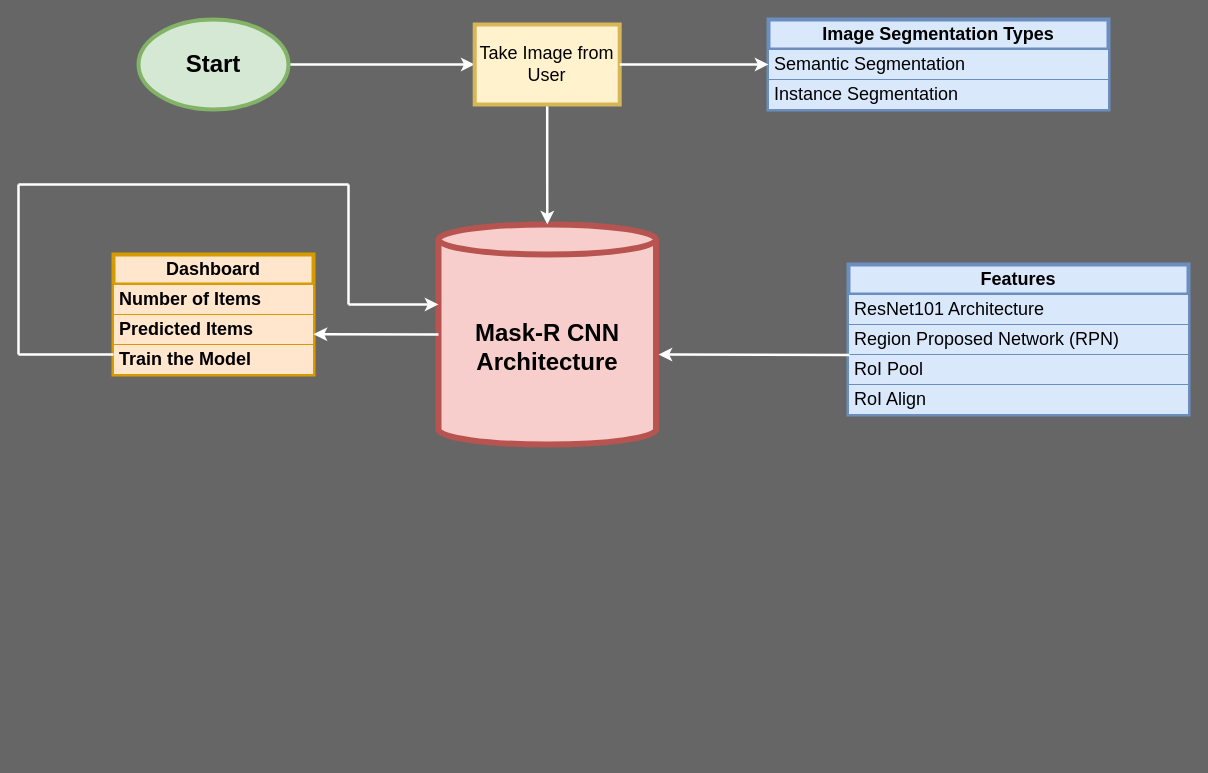
The draw.io diagram FYP-workflow.drawio in sanils2002/Final-Year-Project, before the edit. Source tidied: cells renumbered, new cells numbered last; positions are measured from the earlier drawing's top-left corner, leaving out a move shared by most shapes. Both pictures are drawn from the tidied source at 100%, with x=0, y=0 at pixel (18, 19).
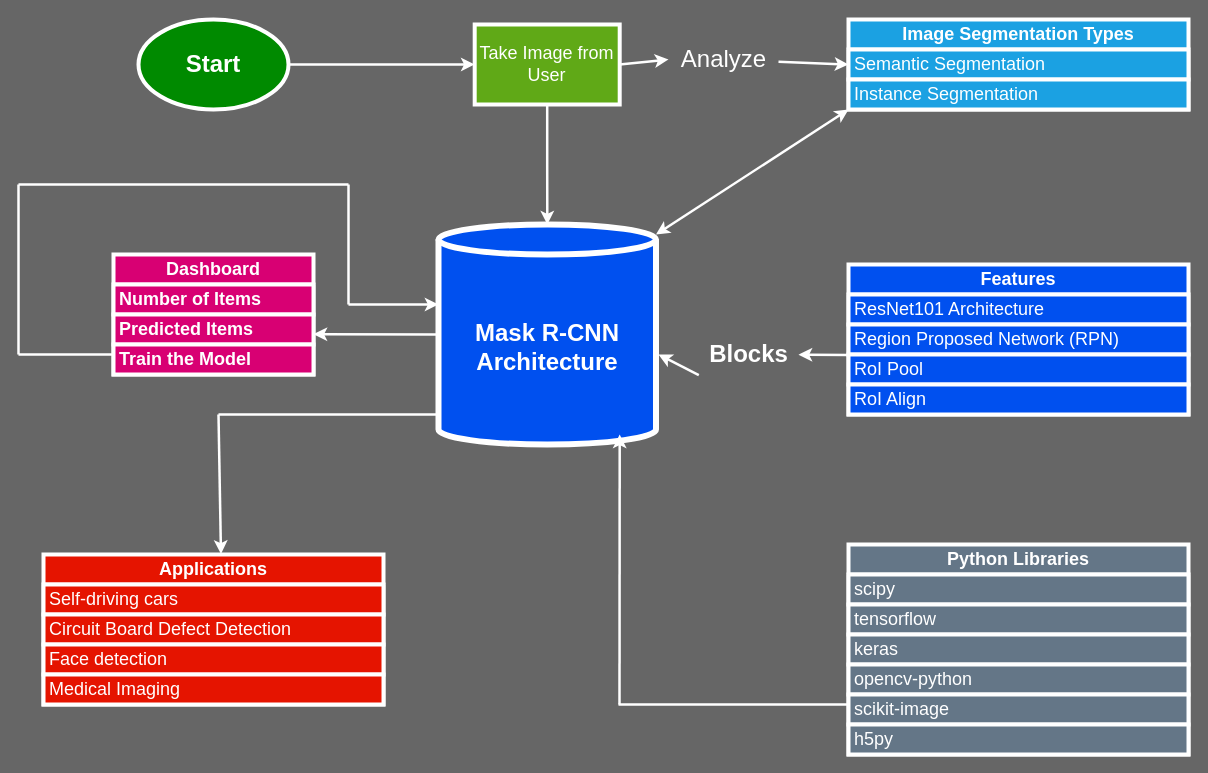
The same page after the edit.

Change to the diagram source:
```diff
@@
-    <mxCell id="3" value="&lt;font size=&quot;1&quot; style=&quot;&quot;&gt;&lt;b style=&quot;font-size: 24px;&quot;&gt;Start&lt;/b&gt;&lt;/font&gt;" style="ellipse;whiteSpace=wrap;html=1;fillColor=#d5e8d4;strokeColor=#82b366;strokeWidth=4;" parent="1" vertex="1">
+    <mxCell id="3" value="&lt;font color=&quot;#ffffff&quot; size=&quot;1&quot; style=&quot;&quot;&gt;&lt;b style=&quot;font-size: 24px;&quot;&gt;Start&lt;/b&gt;&lt;/font&gt;" style="ellipse;whiteSpace=wrap;html=1;fillColor=#008a00;strokeColor=#FFFFFF;strokeWidth=4;fontColor=#ffffff;" parent="1" vertex="1">
       <mxGeometry x="120" width="150" height="90" as="geometry" />
     </mxCell>
-    <mxCell id="4" value="&lt;font style=&quot;font-size: 24px;&quot;&gt;&lt;b&gt;Mask-R CNN Architecture&lt;/b&gt;&lt;/font&gt;" style="shape=cylinder3;whiteSpace=wrap;html=1;boundedLbl=1;backgroundOutline=1;size=15;fillColor=#f8cecc;strokeColor=#b85450;strokeWidth=6;" parent="1" vertex="1">
+    <mxCell id="4" value="&lt;font style=&quot;font-size: 24px;&quot;&gt;&lt;b&gt;Mask R-CNN Architecture&lt;/b&gt;&lt;/font&gt;" style="shape=cylinder3;whiteSpace=wrap;html=1;boundedLbl=1;backgroundOutline=1;size=15;fillColor=#0050ef;strokeColor=#FFFFFF;strokeWidth=6;fontColor=#ffffff;" parent="1" vertex="1">
       <mxGeometry x="420" y="205" width="217.5" height="220" as="geometry" />
     </mxCell>
@@
-    <mxCell id="6" value="&lt;font style=&quot;font-size: 18px;&quot;&gt;Take Image from User&lt;/font&gt;" style="rounded=0;whiteSpace=wrap;html=1;fillColor=#fff2cc;strokeColor=#d6b656;strokeWidth=4;" parent="1" vertex="1">
+    <mxCell id="6" value="&lt;font style=&quot;font-size: 18px;&quot;&gt;Take Image from User&lt;/font&gt;" style="rounded=0;whiteSpace=wrap;html=1;fillColor=#60a917;strokeColor=#FFFFFF;strokeWidth=4;fontColor=#ffffff;" parent="1" vertex="1">
       <mxGeometry x="456.2" y="5" width="145" height="80" as="geometry" />
     </mxCell>
-    <mxCell id="7" value="&lt;font style=&quot;font-size: 18px;&quot;&gt;&lt;b&gt;Dashboard&lt;/b&gt;&lt;/font&gt;" style="swimlane;fontStyle=0;horizontal=1;startSize=30;whiteSpace=wrap;html=1;fillColor=#ffe6cc;strokeColor=#d79b00;strokeWidth=4;" parent="1" vertex="1">
+    <mxCell id="7" value="&lt;font style=&quot;font-size: 18px;&quot;&gt;&lt;b&gt;Dashboard&lt;/b&gt;&lt;/font&gt;" style="swimlane;fontStyle=0;horizontal=1;startSize=30;whiteSpace=wrap;html=1;fillColor=#d80073;strokeColor=#FFFFFF;strokeWidth=4;fontColor=#ffffff;" parent="1" vertex="1">
       <mxGeometry x="95" y="235" width="200" height="120" as="geometry" />
     </mxCell>
-    <mxCell id="8" value="&lt;font style=&quot;font-size: 18px;&quot;&gt;&lt;b&gt;Number of Items&lt;/b&gt;&lt;/font&gt;" style="text;strokeColor=#d79b00;fillColor=#ffe6cc;align=left;verticalAlign=middle;spacingLeft=4;spacingRight=4;overflow=hidden;whiteSpace=wrap;html=1;" parent="7" vertex="1">
+    <mxCell id="8" value="&lt;font style=&quot;font-size: 18px;&quot;&gt;&lt;b&gt;Number of Items&lt;/b&gt;&lt;/font&gt;" style="text;strokeColor=#FFFFFF;fillColor=#d80073;align=left;verticalAlign=middle;spacingLeft=4;spacingRight=4;overflow=hidden;whiteSpace=wrap;html=1;strokeWidth=4;fontColor=#ffffff;" parent="7" vertex="1">
       <mxGeometry y="30" width="200" height="30" as="geometry" />
     </mxCell>
-    <mxCell id="9" value="&lt;font style=&quot;font-size: 18px;&quot;&gt;&lt;b&gt;Predicted Items&lt;/b&gt;&lt;/font&gt;" style="text;strokeColor=#d79b00;fillColor=#ffe6cc;align=left;verticalAlign=middle;spacingLeft=4;spacingRight=4;overflow=hidden;whiteSpace=wrap;html=1;" parent="7" vertex="1">
+    <mxCell id="9" value="&lt;font style=&quot;font-size: 18px;&quot;&gt;&lt;b&gt;Predicted Items&lt;/b&gt;&lt;/font&gt;" style="text;strokeColor=#FFFFFF;fillColor=#d80073;align=left;verticalAlign=middle;spacingLeft=4;spacingRight=4;overflow=hidden;whiteSpace=wrap;html=1;fontColor=#ffffff;strokeWidth=4;" parent="7" vertex="1">
       <mxGeometry y="60" width="200" height="30" as="geometry" />
     </mxCell>
-    <mxCell id="10" value="&lt;font style=&quot;font-size: 18px;&quot;&gt;&lt;b&gt;Train the Model&lt;/b&gt;&lt;/font&gt;" style="text;strokeColor=#d79b00;fillColor=#ffe6cc;align=left;verticalAlign=middle;spacingLeft=4;spacingRight=4;overflow=hidden;whiteSpace=wrap;html=1;" parent="7" vertex="1">
+    <mxCell id="10" value="&lt;font style=&quot;font-size: 18px;&quot;&gt;&lt;b&gt;Train the Model&lt;/b&gt;&lt;/font&gt;" style="text;strokeColor=#FFFFFF;fillColor=#d80073;align=left;verticalAlign=middle;spacingLeft=4;spacingRight=4;overflow=hidden;whiteSpace=wrap;html=1;fontColor=#ffffff;strokeWidth=4;" parent="7" vertex="1">
       <mxGeometry y="90" width="200" height="30" as="geometry" />
     </mxCell>
@@
-    <mxCell id="15" value="&lt;font style=&quot;font-size: 18px;&quot;&gt;&lt;b&gt;Features&lt;/b&gt;&lt;/font&gt;" style="swimlane;fontStyle=0;horizontal=1;startSize=30;whiteSpace=wrap;html=1;fillColor=#dae8fc;strokeColor=#6c8ebf;strokeWidth=4;" parent="1" vertex="1">
+    <mxCell id="15" value="&lt;font style=&quot;font-size: 18px;&quot;&gt;&lt;b&gt;Features&lt;/b&gt;&lt;/font&gt;" style="swimlane;fontStyle=0;horizontal=1;startSize=30;whiteSpace=wrap;html=1;fillColor=#0050ef;strokeColor=#FFFFFF;strokeWidth=4;fontColor=#ffffff;" parent="1" vertex="1">
       <mxGeometry x="830" y="245" width="340" height="150" as="geometry" />
     </mxCell>
-    <mxCell id="16" value="&lt;font style=&quot;font-size: 18px;&quot;&gt;ResNet101 Architecture&lt;/font&gt;" style="text;strokeColor=#6c8ebf;fillColor=#dae8fc;align=left;verticalAlign=middle;spacingLeft=4;spacingRight=4;overflow=hidden;whiteSpace=wrap;html=1;" parent="15" vertex="1">
+    <mxCell id="16" value="&lt;font style=&quot;font-size: 18px;&quot;&gt;ResNet101 Architecture&lt;/font&gt;" style="text;strokeColor=#FFFFFF;fillColor=#0050ef;align=left;verticalAlign=middle;spacingLeft=4;spacingRight=4;overflow=hidden;whiteSpace=wrap;html=1;fontColor=#ffffff;strokeWidth=4;" parent="15" vertex="1">
       <mxGeometry y="30" width="340" height="30" as="geometry" />
     </mxCell>
-    <mxCell id="17" value="&lt;font style=&quot;font-size: 18px;&quot;&gt;Region Proposed Network (RPN)&lt;/font&gt;" style="text;strokeColor=#6c8ebf;fillColor=#dae8fc;align=left;verticalAlign=middle;spacingLeft=4;spacingRight=4;overflow=hidden;points=[[0,0.5],[1,0.5]];portConstraint=eastwest;whiteSpace=wrap;html=1;" parent="15" vertex="1">
+    <mxCell id="17" value="&lt;font style=&quot;font-size: 18px;&quot;&gt;Region Proposed Network (RPN)&lt;/font&gt;" style="text;strokeColor=#FFFFFF;fillColor=#0050ef;align=left;verticalAlign=middle;spacingLeft=4;spacingRight=4;overflow=hidden;points=[[0,0.5],[1,0.5]];portConstraint=eastwest;whiteSpace=wrap;html=1;fontColor=#ffffff;strokeWidth=4;" parent="15" vertex="1">
       <mxGeometry y="60" width="340" height="30" as="geometry" />
     </mxCell>
-    <mxCell id="18" value="&lt;font style=&quot;font-size: 18px;&quot;&gt;RoI Pool&lt;/font&gt;" style="text;strokeColor=#6c8ebf;fillColor=#dae8fc;align=left;verticalAlign=middle;spacingLeft=4;spacingRight=4;overflow=hidden;whiteSpace=wrap;html=1;" parent="15" vertex="1">
+    <mxCell id="18" value="&lt;font style=&quot;font-size: 18px;&quot;&gt;RoI Pool&lt;/font&gt;" style="text;strokeColor=#FFFFFF;fillColor=#0050ef;align=left;verticalAlign=middle;spacingLeft=4;spacingRight=4;overflow=hidden;whiteSpace=wrap;html=1;fontColor=#ffffff;strokeWidth=4;" parent="15" vertex="1">
       <mxGeometry y="90" width="340" height="30" as="geometry" />
     </mxCell>
-    <mxCell id="19" value="&lt;font style=&quot;font-size: 18px;&quot;&gt;RoI Align&lt;/font&gt;" style="text;strokeColor=#6c8ebf;fillColor=#dae8fc;align=left;verticalAlign=middle;spacingLeft=4;spacingRight=4;overflow=hidden;whiteSpace=wrap;html=1;" parent="15" vertex="1">
+    <mxCell id="19" value="&lt;font style=&quot;font-size: 18px;&quot;&gt;RoI Align&lt;/font&gt;" style="text;strokeColor=#FFFFFF;fillColor=#0050ef;align=left;verticalAlign=middle;spacingLeft=4;spacingRight=4;overflow=hidden;whiteSpace=wrap;html=1;fontColor=#ffffff;strokeWidth=4;" parent="15" vertex="1">
       <mxGeometry y="120" width="340" height="30" as="geometry" />
     </mxCell>
-    <mxCell id="20" style="endArrow=classic;html=1;rounded=0;exitX=0.003;exitY=1.013;exitDx=0;exitDy=0;exitPerimeter=0;strokeWidth=2.5;strokeColor=#FFFFFF;" parent="1" edge="1" source="17">
+    <mxCell id="20" style="endArrow=classic;html=1;rounded=0;exitX=0.003;exitY=1.013;exitDx=0;exitDy=0;exitPerimeter=0;strokeWidth=2.5;strokeColor=#FFFFFF;" parent="1" edge="1" source="40">
       <mxGeometry relative="1" as="geometry">
         <mxPoint x="640" y="335" as="targetPoint" />
       </mxGeometry>
     </mxCell>
@@
-    <mxCell id="23" value="&lt;font style=&quot;font-size: 18px;&quot;&gt;&lt;b&gt;Image Segmentation Types&lt;/b&gt;&lt;/font&gt;" style="swimlane;fontStyle=0;horizontal=1;startSize=30;whiteSpace=wrap;html=1;fillColor=#dae8fc;strokeColor=#6c8ebf;strokeWidth=4;" parent="1" vertex="1">
-      <mxGeometry x="750" width="340" height="90" as="geometry" />
+    <mxCell id="23" value="&lt;font style=&quot;font-size: 18px;&quot;&gt;&lt;b&gt;Image Segmentation Types&lt;/b&gt;&lt;/font&gt;" style="swimlane;fontStyle=0;horizontal=1;startSize=30;whiteSpace=wrap;html=1;fillColor=#1ba1e2;strokeColor=#FFFFFF;strokeWidth=4;fontColor=#ffffff;" parent="1" vertex="1">
+      <mxGeometry x="830" width="340" height="90" as="geometry" />
     </mxCell>
-    <mxCell id="24" value="&lt;font style=&quot;font-size: 18px;&quot;&gt;Semantic Segmentation&lt;/font&gt;" style="text;strokeColor=#6c8ebf;fillColor=#dae8fc;align=left;verticalAlign=middle;spacingLeft=4;spacingRight=4;overflow=hidden;whiteSpace=wrap;html=1;" parent="23" vertex="1">
+    <mxCell id="24" value="&lt;font style=&quot;font-size: 18px;&quot;&gt;Semantic Segmentation&lt;/font&gt;" style="text;strokeColor=#FFFFFF;fillColor=#1ba1e2;align=left;verticalAlign=middle;spacingLeft=4;spacingRight=4;overflow=hidden;whiteSpace=wrap;html=1;fontColor=#ffffff;strokeWidth=4;" parent="23" vertex="1">
       <mxGeometry y="30" width="340" height="30" as="geometry" />
     </mxCell>
-    <mxCell id="25" value="&lt;font style=&quot;font-size: 18px;&quot;&gt;Instance Segmentation&lt;/font&gt;" style="text;strokeColor=#6c8ebf;fillColor=#dae8fc;align=left;verticalAlign=middle;spacingLeft=4;spacingRight=4;overflow=hidden;whiteSpace=wrap;html=1;" parent="23" vertex="1">
+    <mxCell id="25" value="&lt;font style=&quot;font-size: 18px;&quot;&gt;Instance Segmentation&lt;/font&gt;" style="text;strokeColor=#FFFFFF;fillColor=#1ba1e2;align=left;verticalAlign=middle;spacingLeft=4;spacingRight=4;overflow=hidden;whiteSpace=wrap;html=1;fontColor=#ffffff;strokeWidth=4;" parent="23" vertex="1">
       <mxGeometry y="60" width="340" height="30" as="geometry" />
     </mxCell>
-    <mxCell id="26" style="endArrow=classic;html=1;rounded=0;entryX=0;entryY=0.5;entryDx=0;entryDy=0;strokeWidth=2.5;strokeColor=#FFFFFF;" parent="1" edge="1" target="23">
-      <mxGeometry relative="1" as="geometry">
-        <mxPoint x="601.2" y="45" as="sourcePoint" />
-      </mxGeometry>
+    <mxCell id="26" style="endArrow=classic;html=1;rounded=0;entryX=0;entryY=0.5;entryDx=0;entryDy=0;strokeWidth=2.5;strokeColor=#FFFFFF;" parent="1" edge="1" source="37" target="23">
+      <mxGeometry relative="1" as="geometry" />
     </mxCell>
+    <mxCell id="27" value="&lt;font style=&quot;font-size: 18px;&quot;&gt;&lt;b&gt;Python Libraries&lt;/b&gt;&lt;/font&gt;" style="swimlane;fontStyle=0;horizontal=1;startSize=30;whiteSpace=wrap;html=1;fillColor=#647687;strokeColor=#FFFFFF;strokeWidth=4;fontColor=#ffffff;" parent="1" vertex="1">
+      <mxGeometry x="830" y="525" width="340" height="210" as="geometry" />
+    </mxCell>
+    <mxCell id="28" value="&lt;font style=&quot;font-size: 18px;&quot;&gt;scipy&lt;span style=&quot;white-space: pre;&quot;&gt;&#9;&lt;/span&gt;&lt;/font&gt;" style="text;strokeColor=#FFFFFF;fillColor=#647687;align=left;verticalAlign=middle;spacingLeft=4;spacingRight=4;overflow=hidden;whiteSpace=wrap;html=1;fontColor=#ffffff;strokeWidth=4;" parent="27" vertex="1">
+      <mxGeometry y="30" width="340" height="30" as="geometry" />
+    </mxCell>
+    <mxCell id="29" value="&lt;font style=&quot;font-size: 18px;&quot;&gt;tensorflow&lt;/font&gt;" style="text;strokeColor=#FFFFFF;fillColor=#647687;align=left;verticalAlign=middle;spacingLeft=4;spacingRight=4;overflow=hidden;whiteSpace=wrap;html=1;fontColor=#ffffff;strokeWidth=4;" parent="27" vertex="1">
+      <mxGeometry y="60" width="340" height="30" as="geometry" />
+    </mxCell>
+    <mxCell id="30" value="&lt;font style=&quot;font-size: 18px;&quot;&gt;keras&lt;/font&gt;" style="text;strokeColor=#FFFFFF;fillColor=#647687;align=left;verticalAlign=middle;spacingLeft=4;spacingRight=4;overflow=hidden;whiteSpace=wrap;html=1;fontColor=#ffffff;strokeWidth=4;" parent="27" vertex="1">
+      <mxGeometry y="90" width="340" height="30" as="geometry" />
+    </mxCell>
+    <mxCell id="31" value="&lt;span style=&quot;font-size: 18px;&quot;&gt;opencv-python&lt;/span&gt;" style="text;strokeColor=#FFFFFF;fillColor=#647687;align=left;verticalAlign=middle;spacingLeft=4;spacingRight=4;overflow=hidden;whiteSpace=wrap;html=1;fontColor=#ffffff;strokeWidth=4;" parent="27" vertex="1">
+      <mxGeometry y="120" width="340" height="30" as="geometry" />
+    </mxCell>
+    <mxCell id="32" value="&lt;span style=&quot;font-size: 18px;&quot;&gt;scikit-image&lt;/span&gt;" style="text;strokeColor=#FFFFFF;fillColor=#647687;align=left;verticalAlign=middle;spacingLeft=4;spacingRight=4;overflow=hidden;whiteSpace=wrap;html=1;fontColor=#ffffff;strokeWidth=4;" parent="27" vertex="1">
+      <mxGeometry y="150" width="340" height="30" as="geometry" />
+    </mxCell>
+    <mxCell id="33" value="&lt;span style=&quot;font-size: 18px;&quot;&gt;h5py&lt;/span&gt;" style="text;strokeColor=#FFFFFF;fillColor=#647687;align=left;verticalAlign=middle;spacingLeft=4;spacingRight=4;overflow=hidden;whiteSpace=wrap;html=1;fontColor=#ffffff;strokeWidth=4;" parent="27" vertex="1">
+      <mxGeometry y="180" width="340" height="30" as="geometry" />
+    </mxCell>
+    <mxCell id="34" style="endArrow=classic;html=1;rounded=0;strokeWidth=2.5;strokeColor=#FFFFFF;" parent="1" edge="1">
+      <mxGeometry relative="1" as="geometry">
+        <mxPoint x="601" y="685" as="sourcePoint" />
+        <mxPoint x="601.2" y="415" as="targetPoint" />
+      </mxGeometry>
+    </mxCell>
+    <mxCell id="35" style="endArrow=none;html=1;rounded=0;strokeColor=#FFFFFF;strokeWidth=2.5;" parent="1" edge="1">
+      <mxGeometry relative="1" as="geometry">
+        <mxPoint x="600" y="685" as="sourcePoint" />
+        <mxPoint x="830" y="685" as="targetPoint" />
+      </mxGeometry>
+    </mxCell>
+    <mxCell id="36" style="endArrow=classic;html=1;rounded=0;entryX=0;entryY=0.5;entryDx=0;entryDy=0;strokeWidth=2.5;strokeColor=#FFFFFF;" parent="1" edge="1" target="37">
+      <mxGeometry relative="1" as="geometry">
+        <mxPoint x="601.2" y="45" as="sourcePoint" />
+      </mxGeometry>
+    </mxCell>
+    <mxCell id="37" value="&lt;font color=&quot;#ffffff&quot; style=&quot;font-size: 24px;&quot;&gt;Analyze&lt;/font&gt;" style="text;html=1;align=center;verticalAlign=middle;points=[];strokeColor=none;fillColor=none;" parent="1" vertex="1">
+      <mxGeometry x="650" y="20" width="110" height="40" as="geometry" />
+    </mxCell>
+    <mxCell id="38" style="endArrow=classic;startArrow=classic;html=1;rounded=0;strokeWidth=2.5;strokeColor=#FFFFFF;entryX=0;entryY=1;entryDx=0;entryDy=0;" parent="1" edge="1" target="23">
+      <mxGeometry relative="1" as="geometry">
+        <mxPoint x="637.5" y="215" as="sourcePoint" />
+      </mxGeometry>
+    </mxCell>
+    <mxCell id="39" style="endArrow=classic;html=1;rounded=0;exitX=0.003;exitY=1.013;exitDx=0;exitDy=0;exitPerimeter=0;strokeWidth=2.5;strokeColor=#FFFFFF;" parent="1" edge="1" source="17" target="40">
+      <mxGeometry relative="1" as="geometry" />
+    </mxCell>
+    <mxCell id="40" value="&lt;font color=&quot;#ffffff&quot; style=&quot;font-size: 24px;&quot;&gt;&lt;b&gt;Blocks&lt;/b&gt;&lt;/font&gt;" style="text;html=1;align=center;verticalAlign=middle;points=[];strokeColor=none;fillColor=none;" parent="1" vertex="1">
+      <mxGeometry x="680" y="315" width="100" height="40" as="geometry" />
+    </mxCell>
+    <mxCell id="41" value="&lt;font style=&quot;font-size: 18px;&quot;&gt;&lt;b&gt;Applications&lt;/b&gt;&lt;/font&gt;" style="swimlane;fontStyle=0;horizontal=1;startSize=30;whiteSpace=wrap;html=1;fillColor=#e51400;strokeColor=#FFFFFF;strokeWidth=4;fontColor=#ffffff;" parent="1" vertex="1">
+      <mxGeometry x="25" y="535" width="340" height="150" as="geometry" />
+    </mxCell>
+    <mxCell id="42" value="&lt;font style=&quot;font-size: 18px;&quot;&gt;Self-driving cars&lt;/font&gt;" style="text;strokeColor=#FFFFFF;fillColor=#e51400;align=left;verticalAlign=middle;spacingLeft=4;spacingRight=4;overflow=hidden;whiteSpace=wrap;html=1;fontColor=#ffffff;strokeWidth=4;" parent="41" vertex="1">
+      <mxGeometry y="30" width="340" height="30" as="geometry" />
+    </mxCell>
+    <mxCell id="43" value="&lt;font style=&quot;font-size: 18px;&quot;&gt;Circuit Board Defect Detection&lt;/font&gt;" style="text;strokeColor=#FFFFFF;fillColor=#e51400;align=left;verticalAlign=middle;spacingLeft=4;spacingRight=4;overflow=hidden;whiteSpace=wrap;html=1;fontColor=#ffffff;strokeWidth=4;" parent="41" vertex="1">
+      <mxGeometry y="60" width="340" height="30" as="geometry" />
+    </mxCell>
+    <mxCell id="44" value="&lt;font style=&quot;font-size: 18px;&quot;&gt;Face detection&lt;/font&gt;" style="text;strokeColor=#FFFFFF;fillColor=#e51400;align=left;verticalAlign=middle;spacingLeft=4;spacingRight=4;overflow=hidden;whiteSpace=wrap;html=1;fontColor=#ffffff;strokeWidth=4;" parent="41" vertex="1">
+      <mxGeometry y="90" width="340" height="30" as="geometry" />
+    </mxCell>
+    <mxCell id="45" value="&lt;font style=&quot;font-size: 18px;&quot;&gt;Medical Imaging&lt;/font&gt;" style="text;strokeColor=#FFFFFF;fillColor=#e51400;align=left;verticalAlign=middle;spacingLeft=4;spacingRight=4;overflow=hidden;whiteSpace=wrap;html=1;fontColor=#ffffff;strokeWidth=4;" parent="41" vertex="1">
+      <mxGeometry y="120" width="340" height="30" as="geometry" />
+    </mxCell>
+    <mxCell id="46" style="endArrow=none;html=1;rounded=0;strokeWidth=2.5;strokeColor=#FFFFFF;" parent="1" edge="1">
+      <mxGeometry relative="1" as="geometry">
+        <mxPoint x="200" y="395" as="sourcePoint" />
+        <mxPoint x="420" y="395" as="targetPoint" />
+      </mxGeometry>
+    </mxCell>
+    <mxCell id="47" style="endArrow=classic;html=1;rounded=0;strokeWidth=2.5;strokeColor=#FFFFFF;entryX=0.522;entryY=-0.004;entryDx=0;entryDy=0;entryPerimeter=0;" parent="1" edge="1" target="41">
+      <mxGeometry relative="1" as="geometry">
+        <mxPoint x="200" y="395" as="sourcePoint" />
+      </mxGeometry>
+    </mxCell>
```
